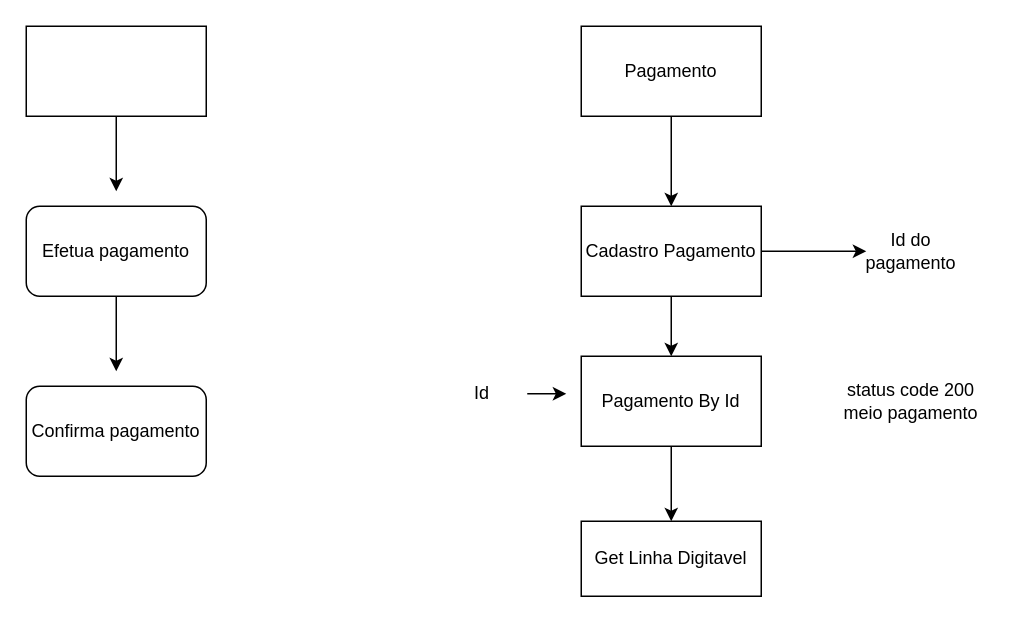
Before: page "Pagamento" (6 of 6) of doc/Projeto.drawio in RafaelPontin/Fiap.Ingresso, a draw.io diagram. Source tidied: cells renumbered, new cells numbered last; positions are measured from the earlier drawing's top-left corner, leaving out a move shared by most shapes. Both pictures are drawn from the tidied source at 150%, with x=0, y=0 at pixel (26, 26).
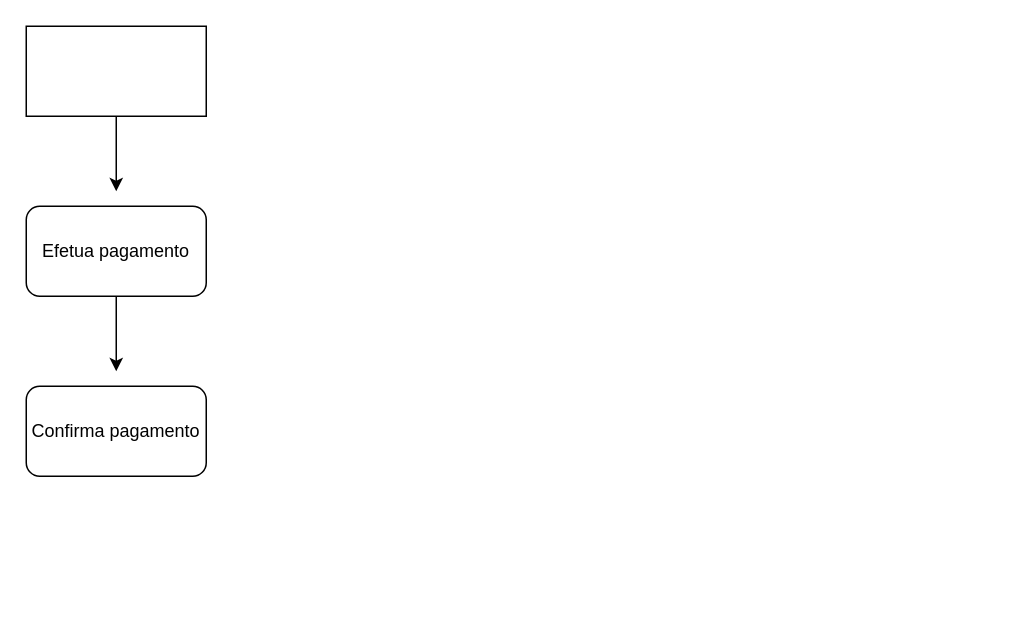
The same diagram, later.

What changed in the source:
```diff
@@
-    <mxCell id="7" style="edgeStyle=orthogonalEdgeStyle;rounded=0;jettySize=auto;html=1;" parent="1" edge="1" source="8" target="11">
-      <mxGeometry relative="1" as="geometry" />
-    </mxCell>
-    <mxCell id="8" value="Pagamento" style="rounded=0;whiteSpace=wrap;html=1;" parent="1" vertex="1">
-      <mxGeometry x="370" width="120" height="60" as="geometry" />
-    </mxCell>
-    <mxCell id="9" style="edgeStyle=orthogonalEdgeStyle;rounded=0;jettySize=auto;html=1;entryX=0.5;entryY=0;entryDx=0;entryDy=0;" parent="1" edge="1" source="11" target="13">
-      <mxGeometry relative="1" as="geometry">
-        <Array as="points">
-          <mxPoint x="430" y="220" />
-          <mxPoint x="430" y="220" />
-        </Array>
-      </mxGeometry>
-    </mxCell>
-    <mxCell id="10" style="edgeStyle=orthogonalEdgeStyle;rounded=0;jettySize=auto;html=1;entryX=0;entryY=0.5;entryDx=0;entryDy=0;" parent="1" edge="1" source="11" target="14">
-      <mxGeometry relative="1" as="geometry" />
-    </mxCell>
-    <mxCell id="11" value="Cadastro Pagamento" style="rounded=0;whiteSpace=wrap;html=1;" parent="1" vertex="1">
-      <mxGeometry x="370" y="120" width="120" height="60" as="geometry" />
-    </mxCell>
-    <mxCell id="12" style="edgeStyle=orthogonalEdgeStyle;rounded=0;jettySize=auto;html=1;" parent="1" edge="1" source="13">
-      <mxGeometry relative="1" as="geometry">
-        <mxPoint x="430" y="330" as="targetPoint" />
-      </mxGeometry>
-    </mxCell>
-    <mxCell id="13" value="Pagamento By Id" style="rounded=0;whiteSpace=wrap;html=1;" parent="1" vertex="1">
-      <mxGeometry x="370" y="220" width="120" height="60" as="geometry" />
-    </mxCell>
-    <mxCell id="14" value="Id do pagamento" style="text;html=1;align=center;verticalAlign=middle;whiteSpace=wrap;rounded=0;" parent="1" vertex="1">
-      <mxGeometry x="560" y="135" width="60" height="30" as="geometry" />
-    </mxCell>
-    <mxCell id="15" value="Get Linha Digitavel" style="rounded=0;whiteSpace=wrap;html=1;" parent="1" vertex="1">
-      <mxGeometry x="370" y="330" width="120" height="50" as="geometry" />
-    </mxCell>
-    <mxCell id="16" value="status code 200&lt;div&gt;meio pagamento&lt;/div&gt;" style="text;html=1;align=center;verticalAlign=middle;whiteSpace=wrap;rounded=0;" parent="1" vertex="1">
-      <mxGeometry x="530" y="220" width="120" height="60" as="geometry" />
-    </mxCell>
-    <mxCell id="17" style="edgeStyle=orthogonalEdgeStyle;rounded=0;jettySize=auto;html=1;" parent="1" edge="1" source="18">
-      <mxGeometry relative="1" as="geometry">
-        <mxPoint x="360" y="245" as="targetPoint" />
-      </mxGeometry>
-    </mxCell>
-    <mxCell id="18" value="Id" style="text;html=1;align=center;verticalAlign=middle;whiteSpace=wrap;rounded=0;" parent="1" vertex="1">
-      <mxGeometry x="274" y="230" width="60" height="30" as="geometry" />
-    </mxCell>
```
